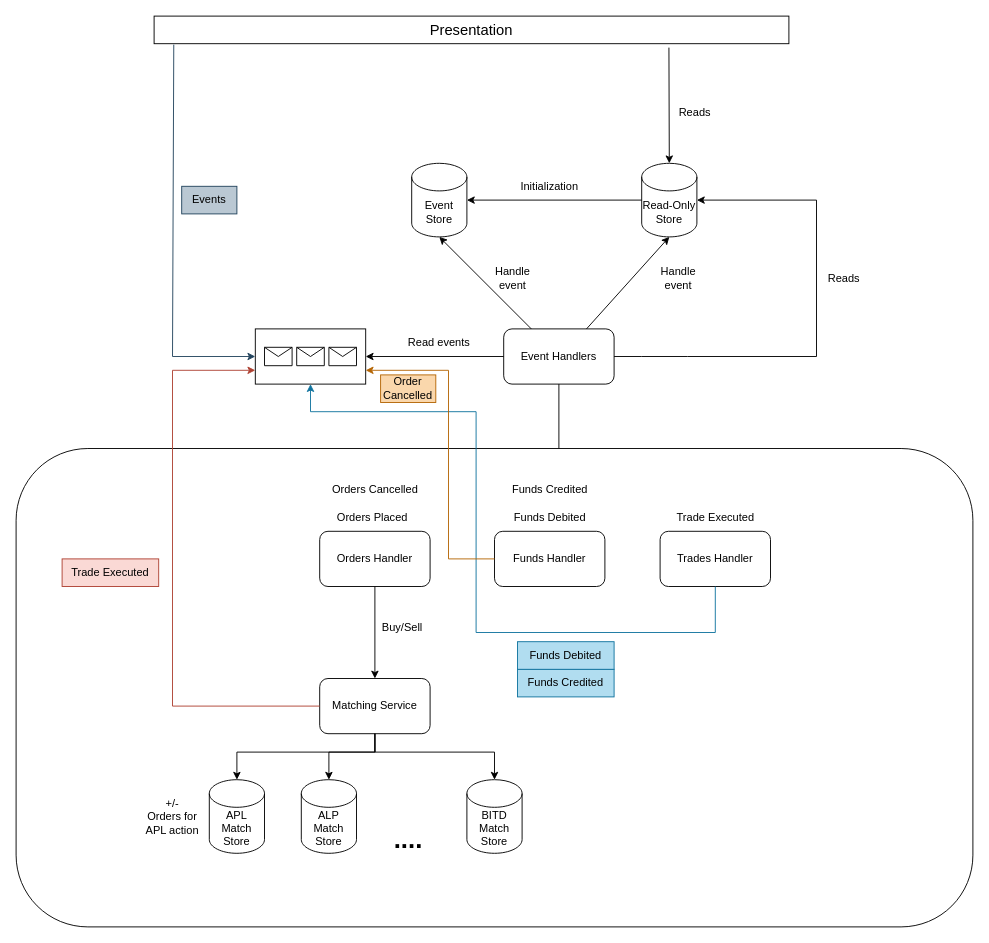
Before: docs/trading_system.drawio in Raul072103/TradingApp, a draw.io diagram. Source tidied: cells renumbered, new cells numbered last; positions are measured from the earlier drawing's top-left corner, leaving out a move shared by most shapes. Both pictures are drawn from the tidied source at 92%, with x=0, y=0 at pixel (16, 16).
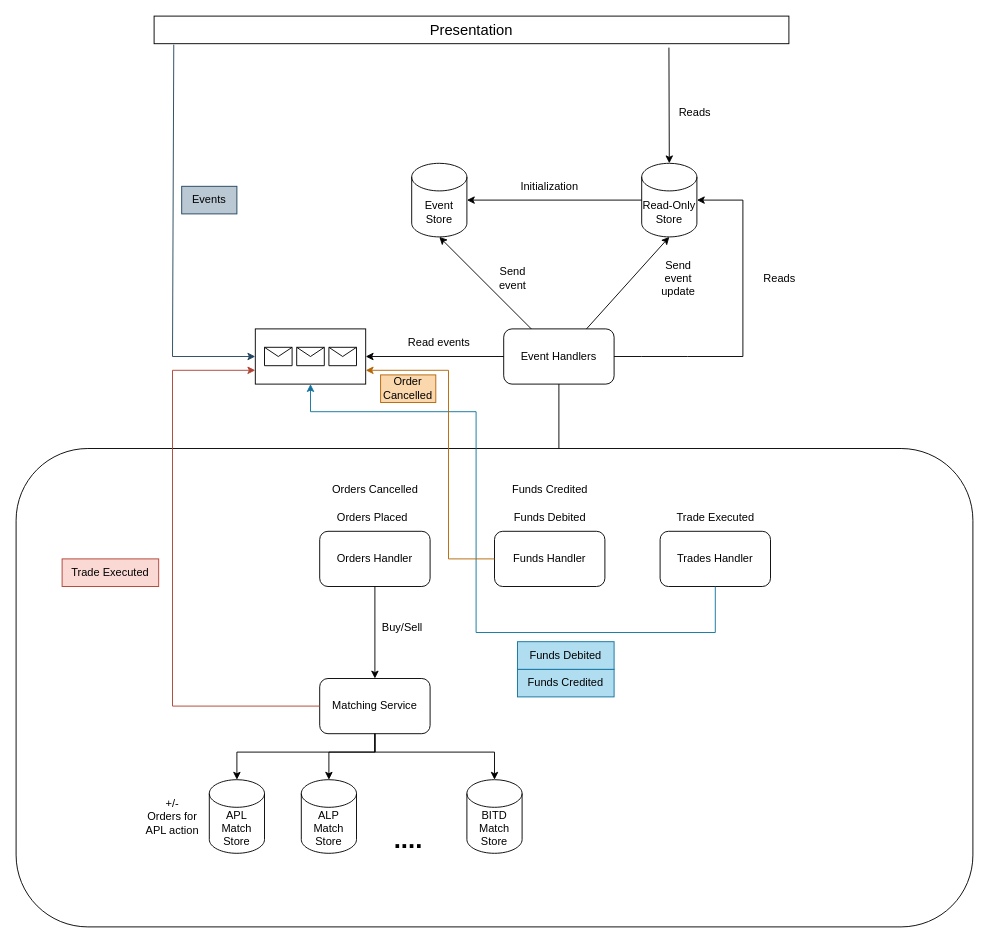
After the change.

Commit message (it also covers changes not shown here):
feat(materialized_view): add stocks struct

Unchanged cells that the change refers to:
```xml
<mxCell id="5" value="Read-Only&lt;br&gt;Store" style="shape=cylinder3;whiteSpace=wrap;html=1;boundedLbl=1;backgroundOutline=1;size=15;" parent="1" vertex="1">
  <mxGeometry x="680" y="160" width="60" height="80" as="geometry" />
</mxCell>
<mxCell id="8" value="Event Handlers" style="rounded=1;whiteSpace=wrap;html=1;" parent="1" vertex="1">
  <mxGeometry x="530" y="340" width="120" height="60" as="geometry" />
</mxCell>
```

What changed in the source:
```diff
@@
-    <mxCell id="19" value="Handle event" style="text;html=1;strokeColor=none;fillColor=none;align=center;verticalAlign=middle;whiteSpace=wrap;rounded=0;" parent="1" vertex="1">
+    <mxCell id="19" value="Send&lt;br&gt;event" style="text;html=1;strokeColor=none;fillColor=none;align=center;verticalAlign=middle;whiteSpace=wrap;rounded=0;" parent="1" vertex="1">
       <mxGeometry x="510" y="270" width="60" height="30" as="geometry" />
     </mxCell>
-    <mxCell id="20" value="Handle event" style="text;html=1;strokeColor=none;fillColor=none;align=center;verticalAlign=middle;whiteSpace=wrap;rounded=0;" parent="1" vertex="1">
+    <mxCell id="20" value="Send&lt;br&gt;event update" style="text;html=1;strokeColor=none;fillColor=none;align=center;verticalAlign=middle;whiteSpace=wrap;rounded=0;" parent="1" vertex="1">
       <mxGeometry x="690" y="270" width="60" height="30" as="geometry" />
     </mxCell>
@@
     <mxCell id="48" style="endArrow=classic;html=1;rounded=0;entryX=1;entryY=0.5;entryDx=0;entryDy=0;entryPerimeter=0;exitX=1;exitY=0.5;exitDx=0;exitDy=0;" parent="1" edge="1" source="8" target="5">
       <mxGeometry relative="1" as="geometry">
         <Array as="points">
           <mxPoint x="680" y="370" />
           <mxPoint x="730" y="370" />
-          <mxPoint x="870" y="370" />
-          <mxPoint x="870" y="200" />
+          <mxPoint x="790" y="370" />
+          <mxPoint x="790" y="200" />
         </Array>
       </mxGeometry>
     </mxCell>
@@
     <mxCell id="51" value="Reads" style="text;html=1;strokeColor=none;fillColor=none;align=center;verticalAlign=middle;whiteSpace=wrap;rounded=0;" parent="1" vertex="1">
-      <mxGeometry x="870" y="270" width="60" height="30" as="geometry" />
+      <mxGeometry x="800" y="270" width="60" height="30" as="geometry" />
     </mxCell>
```
